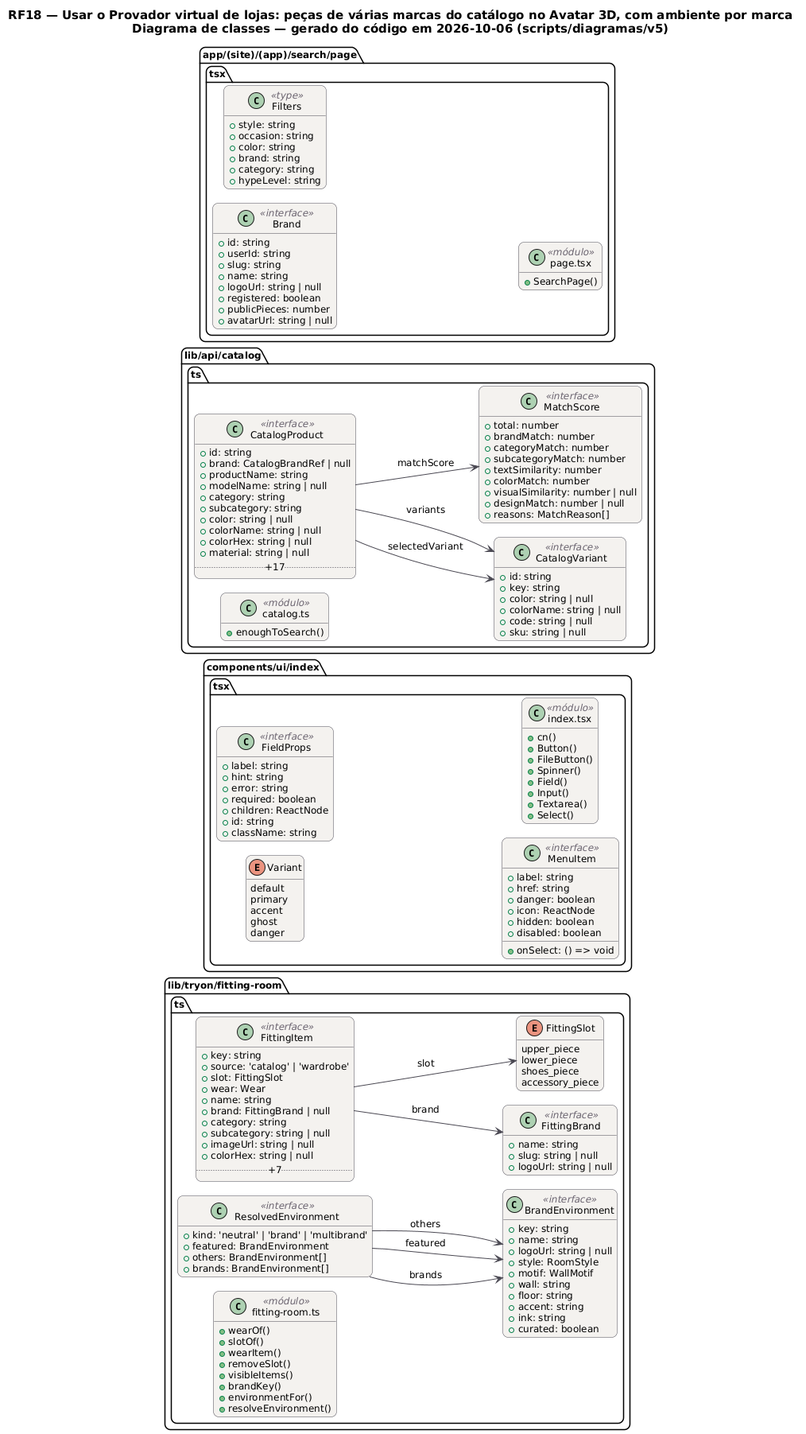
MatheusHaliski/tcc-2026-fashion-ai-backend keeps this PlantUML diagram as docs/diagramas/RF18/RF18_Classes.png. Above is the earlier version.
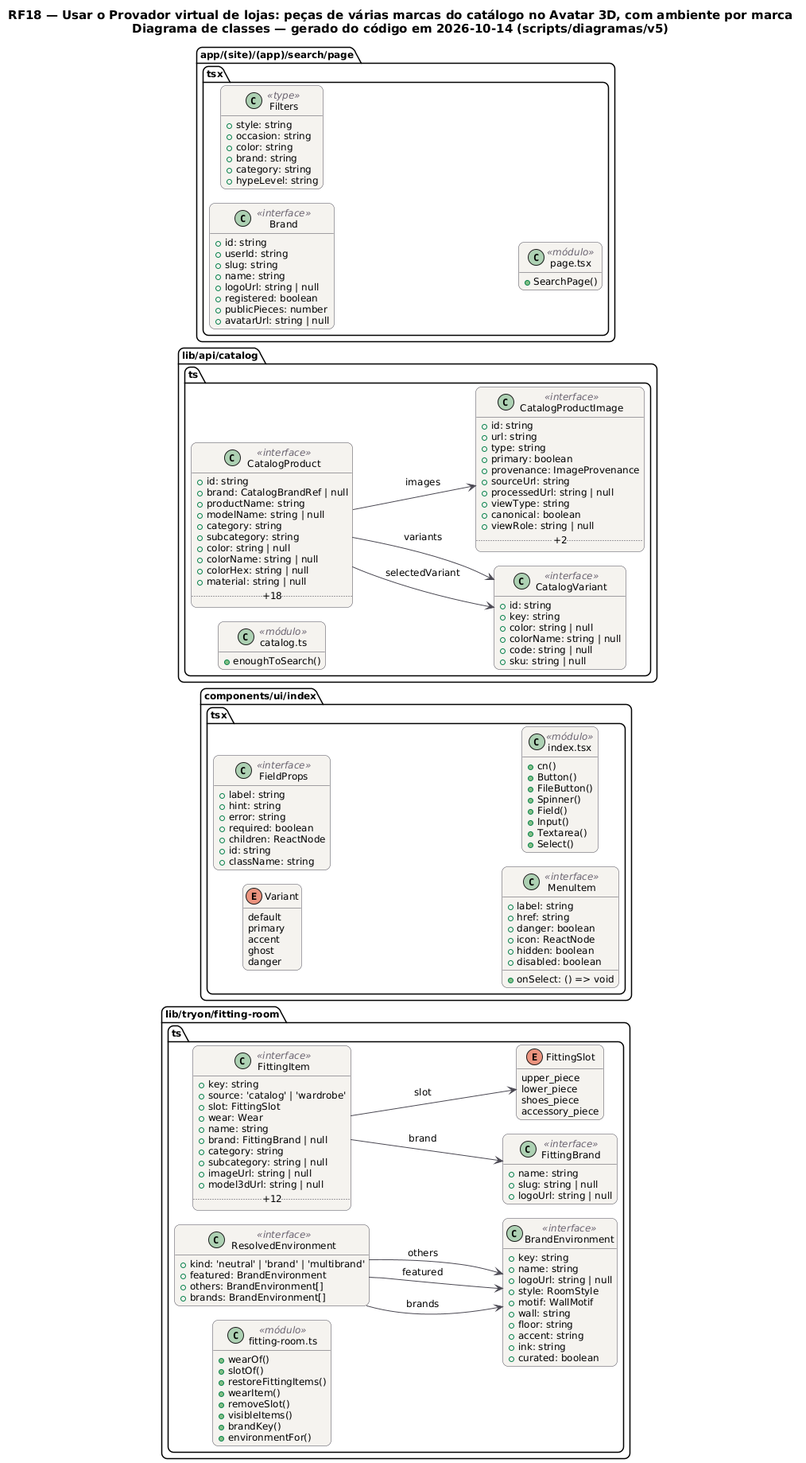
The same diagram one commit later.

What changed in the source:
```diff
@@ -20,7 +20,7 @@
 }
 hide empty members
 left to right direction
-title RF18 — Usar o Provador virtual de lojas: peças de várias marcas do catálogo no Avatar 3D, com ambiente por marca\nDiagrama de classes — gerado do código em 2026-10-06 (scripts/diagramas/v5)
+title RF18 — Usar o Provador virtual de lojas: peças de várias marcas do catálogo no Avatar 3D, com ambiente por marca\nDiagrama de classes — gerado do código em 2026-10-14 (scripts/diagramas/v5)
 
 package "lib/tryon/fitting-room.ts" {
   class FittingItem as "FittingItem" <<interface>> {
@@ -33,8 +33,8 @@
     +category: string
     +subcategory: string | null
     +imageUrl: string | null
-    +colorHex: string | null
-    .. +7 ..
+    +model3dUrl: string | null
+    .. +12 ..
   }
   class BrandEnvironment as "BrandEnvironment" <<interface>> {
     +key: string
@@ -68,12 +68,12 @@
   class mod_fitting_room_ts as "fitting-room.ts" <<módulo>> {
     +wearOf()
     +slotOf()
+    +restoreFittingItems()
     +wearItem()
     +removeSlot()
     +visibleItems()
     +brandKey()
     +environmentFor()
-    +resolveEnvironment()
   }
 }
 package "components/ui/index.tsx" {
@@ -125,7 +125,7 @@
     +colorName: string | null
     +colorHex: string | null
     +material: string | null
-    .. +17 ..
+    .. +18 ..
   }
   class CatalogVariant as "CatalogVariant" <<interface>> {
     +id: string
@@ -135,16 +135,18 @@
     +code: string | null
     +sku: string | null
   }
-  class MatchScore as "MatchScore" <<interface>> {
-    +total: number
-    +brandMatch: number
-    +categoryMatch: number
-    +subcategoryMatch: number
-    +textSimilarity: number
-    +colorMatch: number
-    +visualSimilarity: number | null
-    +designMatch: number | null
-    +reasons: MatchReason[]
+  class CatalogProductImage as "CatalogProductImage" <<interface>> {
+    +id: string
+    +url: string
+    +type: string
+    +primary: boolean
+    +provenance: ImageProvenance
+    +sourceUrl: string
+    +processedUrl: string | null
+    +viewType: string
+    +canonical: boolean
+    +viewRole: string | null
+    .. +2 ..
   }
   class mod_catalog_ts as "catalog.ts" <<módulo>> {
     +enoughToSearch()
@@ -173,9 +175,9 @@
     +SearchPage()
   }
 }
+CatalogProduct --> CatalogProductImage : images
 CatalogProduct --> CatalogVariant : selectedVariant
 CatalogProduct --> CatalogVariant : variants
-CatalogProduct --> MatchScore : matchScore
 FittingItem --> FittingBrand : brand
 FittingItem --> FittingSlot : slot
 ResolvedEnvironment --> BrandEnvironment : brands
```
